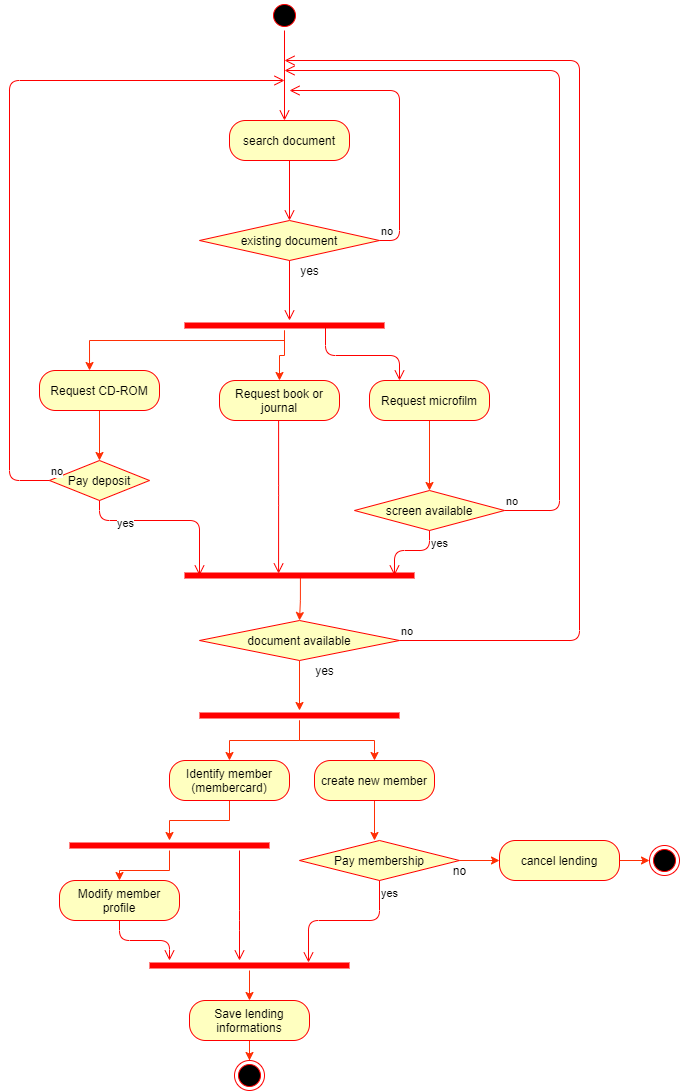
gyog88/AFPA2 keeps this draw.io diagram as Concepteur Developpeur Applications/UML/Diagramme d'activités - prêt d'un document - .png. Above is the earlier version. Source tidied: cells renumbered, new cells last; positions are measured from the earlier drawing's top-left corner, leaving out a move shared by most shapes.
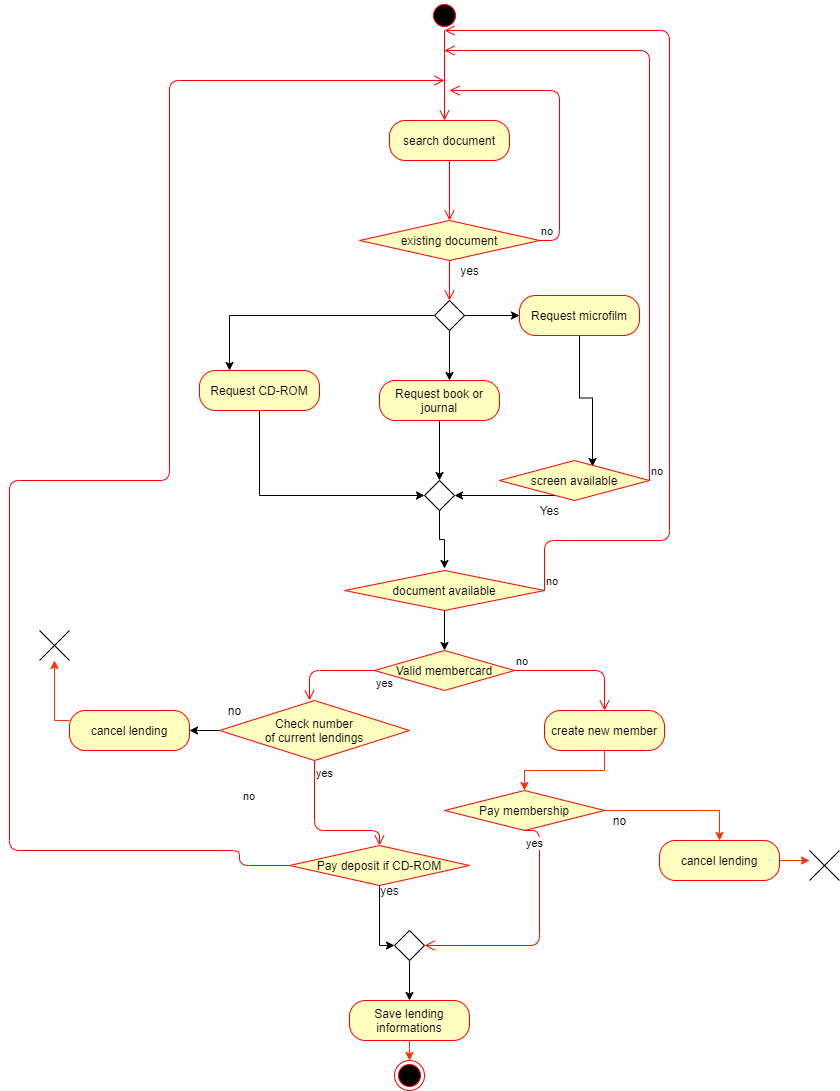
After the change.

What changed in the source:
```diff
@@ -35,8 +35,12 @@
       <mxGeometry x="-1" relative="1" as="geometry">
-        <mxPoint x="280" y="320" as="targetPoint" />
+        <mxPoint x="280" y="300" as="targetPoint" />
       </mxGeometry>
     </mxCell>
-    <mxCell id="9" style="edgeStyle=orthogonalEdgeStyle;rounded=0;jettySize=auto;html=1;strokeColor=#FF2F05;fontColor=#000000;" parent="1" edge="1" source="10" target="25">
-      <mxGeometry relative="1" as="geometry" />
-    </mxCell>
+    <mxCell id="56" style="edgeStyle=orthogonalEdgeStyle;rounded=0;jettySize=auto;html=1;entryX=0;entryY=0.5;entryDx=0;entryDy=0;" parent="1" edge="1" source="10" target="66">
+      <mxGeometry relative="1" as="geometry">
+        <Array as="points">
+          <mxPoint x="90" y="495" />
+        </Array>
+      </mxGeometry>
+    </mxCell>
     <mxCell id="10" value="Request CD-ROM" style="rounded=1;whiteSpace=wrap;html=1;arcSize=40;fontColor=#000000;fillColor=#ffffc0;strokeColor=#ff0000;" parent="1" vertex="1">
@@ -44,16 +48,7 @@
     </mxCell>
-    <mxCell id="11" style="edgeStyle=orthogonalEdgeStyle;rounded=0;jettySize=auto;html=1;strokeColor=#FF2F05;fontColor=#000000;entryX=0.417;entryY=0;entryDx=0;entryDy=0;entryPerimeter=0;" parent="1" edge="1" source="13" target="10">
-      <mxGeometry relative="1" as="geometry">
-        <Array as="points">
-          <mxPoint x="275" y="340" />
-          <mxPoint x="80" y="340" />
-        </Array>
-      </mxGeometry>
-    </mxCell>
-    <mxCell id="12" style="edgeStyle=orthogonalEdgeStyle;rounded=0;jettySize=auto;html=1;strokeColor=#FF2F05;fontColor=#000000;" parent="1" edge="1" source="13" target="14">
-      <mxGeometry relative="1" as="geometry" />
-    </mxCell>
-    <mxCell id="13" style="shape=line;html=1;strokeWidth=6;strokeColor=#ff0000;fontColor=#000000;" parent="1" vertex="1">
-      <mxGeometry x="175" y="320" width="200" height="10" as="geometry" />
-    </mxCell>
+    <mxCell id="57" style="edgeStyle=orthogonalEdgeStyle;rounded=0;jettySize=auto;html=1;" parent="1" edge="1" source="14">
+      <mxGeometry relative="1" as="geometry">
+        <mxPoint x="270" y="480" as="targetPoint" />
+      </mxGeometry>
+    </mxCell>
     <mxCell id="14" value="Request book or journal" style="rounded=1;whiteSpace=wrap;html=1;arcSize=40;fontColor=#000000;fillColor=#ffffc0;strokeColor=#ff0000;" parent="1" vertex="1">
@@ -61,10 +56,3 @@
     </mxCell>
-    <mxCell id="15" style="edgeStyle=orthogonalEdgeStyle;html=1;verticalAlign=bottom;endArrow=open;endSize=8;strokeColor=#ff0000;fontColor=#000000;entryX=0.409;entryY=0.3;entryDx=0;entryDy=0;entryPerimeter=0;" parent="1" edge="1" source="14" target="20">
-      <mxGeometry relative="1" as="geometry">
-        <Array as="points">
-          <mxPoint x="270" y="495" />
-        </Array>
-      </mxGeometry>
-    </mxCell>
-    <mxCell id="16" style="edgeStyle=orthogonalEdgeStyle;rounded=0;jettySize=auto;html=1;strokeColor=#FF2F05;fontColor=#000000;" parent="1" edge="1" source="17" target="28">
+    <mxCell id="16" style="edgeStyle=orthogonalEdgeStyle;rounded=0;jettySize=auto;html=1;entryX=0.62;entryY=0.15;entryDx=0;entryDy=0;entryPerimeter=0;" parent="1" edge="1" source="17" target="28">
       <mxGeometry relative="1" as="geometry" />
@@ -72,38 +60,25 @@
     <mxCell id="17" value="Request microfilm" style="rounded=1;whiteSpace=wrap;html=1;arcSize=40;fontColor=#000000;fillColor=#ffffc0;strokeColor=#ff0000;" parent="1" vertex="1">
-      <mxGeometry x="360" y="380" width="120" height="40" as="geometry" />
+      <mxGeometry x="350" y="295" width="120" height="40" as="geometry" />
     </mxCell>
-    <mxCell id="18" style="edgeStyle=orthogonalEdgeStyle;html=1;verticalAlign=bottom;endArrow=open;endSize=8;strokeColor=#ff0000;fontColor=#000000;entryX=0.25;entryY=0;entryDx=0;entryDy=0;exitX=0.705;exitY=0.5;exitDx=0;exitDy=0;exitPerimeter=0;" parent="1" edge="1" source="13" target="17">
-      <mxGeometry relative="1" as="geometry" />
-    </mxCell>
-    <mxCell id="19" style="edgeStyle=orthogonalEdgeStyle;rounded=0;jettySize=auto;html=1;entryX=0.5;entryY=0;entryDx=0;entryDy=0;strokeColor=#FF2F05;fontColor=#000000;exitX=0.504;exitY=0.4;exitDx=0;exitDy=0;exitPerimeter=0;" parent="1" edge="1" source="20" target="32">
-      <mxGeometry relative="1" as="geometry">
-        <Array as="points">
-          <mxPoint x="291" y="600" />
-        </Array>
-      </mxGeometry>
-    </mxCell>
-    <mxCell id="20" style="shape=line;html=1;strokeWidth=6;strokeColor=#ff0000;fontColor=#000000;" parent="1" vertex="1">
-      <mxGeometry x="175" y="570" width="230" height="10" as="geometry" />
-    </mxCell>
-    <mxCell id="21" style="edgeStyle=orthogonalEdgeStyle;rounded=0;jettySize=auto;html=1;strokeColor=#FF2F05;fontColor=#000000;" parent="1" edge="1" source="22" target="41">
-      <mxGeometry relative="1" as="geometry" />
-    </mxCell>
-    <mxCell id="22" value="Identify member (membercard)" style="rounded=1;whiteSpace=wrap;html=1;arcSize=40;fontColor=#000000;fillColor=#ffffc0;strokeColor=#ff0000;" parent="1" vertex="1">
-      <mxGeometry x="160" y="760" width="120" height="40" as="geometry" />
-    </mxCell>
-    <mxCell id="23" style="edgeStyle=orthogonalEdgeStyle;rounded=0;jettySize=auto;html=1;strokeColor=#FF2F05;fontColor=#000000;" parent="1" edge="1" source="24">
-      <mxGeometry relative="1" as="geometry">
-        <mxPoint x="365" y="840" as="targetPoint" />
-      </mxGeometry>
-    </mxCell>
     <mxCell id="24" value="create new member" style="rounded=1;whiteSpace=wrap;html=1;arcSize=40;fontColor=#000000;fillColor=#ffffc0;strokeColor=#ff0000;" parent="1" vertex="1">
-      <mxGeometry x="305" y="760" width="120" height="40" as="geometry" />
+      <mxGeometry x="375" y="710" width="120" height="40" as="geometry" />
     </mxCell>
+    <mxCell id="58" style="edgeStyle=orthogonalEdgeStyle;rounded=0;jettySize=auto;html=1;entryX=0;entryY=0.5;entryDx=0;entryDy=0;" parent="1" edge="1" source="25" target="78">
+      <mxGeometry relative="1" as="geometry">
+        <Array as="points">
+          <mxPoint x="210" y="945" />
+        </Array>
+      </mxGeometry>
+    </mxCell>
-    <mxCell id="25" value="Pay deposit" style="rhombus;whiteSpace=wrap;html=1;fillColor=#ffffc0;strokeColor=#ff0000;fontColor=#000000;" parent="1" vertex="1">
-      <mxGeometry x="40" y="460" width="100" height="40" as="geometry" />
+    <mxCell id="25" value="Pay deposit if CD-ROM" style="rhombus;whiteSpace=wrap;html=1;fillColor=#ffffc0;strokeColor=#ff0000;fontColor=#000000;" parent="1" vertex="1">
+      <mxGeometry x="120" y="845" width="180" height="40" as="geometry" />
     </mxCell>
-    <mxCell id="26" value="no" style="edgeStyle=orthogonalEdgeStyle;html=1;align=left;verticalAlign=bottom;endArrow=open;endSize=8;strokeColor=#ff0000;fontColor=#000000;" parent="1" edge="1" source="25">
-      <mxGeometry x="-1" relative="1" as="geometry">
+    <mxCell id="26" value="no" style="edgeStyle=orthogonalEdgeStyle;html=1;align=left;verticalAlign=bottom;endArrow=open;endSize=8;strokeColor=#ff0000;fontColor=#000000;exitX=0;exitY=0.5;exitDx=0;exitDy=0;" parent="1" edge="1" source="25">
+      <mxGeometry x="-0.94" y="-60" relative="1" as="geometry">
         <mxPoint x="275" y="80" as="targetPoint" />
         <Array as="points">
+          <mxPoint x="70" y="865" />
+          <mxPoint x="70" y="850" />
+          <mxPoint x="-160" y="850" />
+          <mxPoint x="-160" y="480" />
           <mxPoint y="480" />
@@ -113,13 +88,11 @@
     </mxCell>
-    <mxCell id="27" value="yes" style="edgeStyle=orthogonalEdgeStyle;html=1;align=left;verticalAlign=top;endArrow=open;endSize=8;strokeColor=#ff0000;fontColor=#000000;" parent="1" edge="1" source="25">
-      <mxGeometry x="-0.59" y="10" relative="1" as="geometry">
-        <mxPoint x="190" y="575" as="targetPoint" />
-        <Array as="points">
-          <mxPoint x="90" y="520" />
-          <mxPoint x="190" y="520" />
-        </Array>
-      </mxGeometry>
-    </mxCell>
+    <mxCell id="59" style="edgeStyle=orthogonalEdgeStyle;rounded=0;jettySize=auto;html=1;entryX=1;entryY=0.5;entryDx=0;entryDy=0;" parent="1" edge="1" source="28" target="66">
+      <mxGeometry relative="1" as="geometry">
+        <Array as="points">
+          <mxPoint x="410" y="495" />
+        </Array>
+      </mxGeometry>
+    </mxCell>
     <mxCell id="28" value="screen available" style="rhombus;whiteSpace=wrap;html=1;fillColor=#ffffc0;strokeColor=#ff0000;fontColor=#000000;" parent="1" vertex="1">
-      <mxGeometry x="345" y="490" width="150" height="40" as="geometry" />
+      <mxGeometry x="330" y="460" width="150" height="40" as="geometry" />
     </mxCell>
@@ -127,6 +100,5 @@
       <mxGeometry x="-1" relative="1" as="geometry">
-        <mxPoint x="275" y="70" as="targetPoint" />
+        <mxPoint x="275" y="50" as="targetPoint" />
         <Array as="points">
-          <mxPoint x="550" y="510" />
-          <mxPoint x="550" y="70" />
+          <mxPoint x="480" y="50" />
         </Array>
@@ -134,10 +106,9 @@
     </mxCell>
-    <mxCell id="30" value="yes" style="edgeStyle=orthogonalEdgeStyle;html=1;align=left;verticalAlign=top;endArrow=open;endSize=8;strokeColor=#ff0000;fontColor=#000000;entryX=0.913;entryY=0.5;entryDx=0;entryDy=0;entryPerimeter=0;" parent="1" edge="1" source="28" target="20">
-      <mxGeometry x="-1" relative="1" as="geometry" />
-    </mxCell>
-    <mxCell id="31" style="edgeStyle=orthogonalEdgeStyle;rounded=0;jettySize=auto;html=1;strokeColor=#FF2F05;fontColor=#000000;" parent="1" edge="1" source="32" target="37">
-      <mxGeometry relative="1" as="geometry" />
-    </mxCell>
+    <mxCell id="60" style="edgeStyle=orthogonalEdgeStyle;rounded=0;jettySize=auto;html=1;entryX=0.5;entryY=0;entryDx=0;entryDy=0;" parent="1" edge="1" source="32">
+      <mxGeometry relative="1" as="geometry">
+        <mxPoint x="275" y="650" as="targetPoint" />
+      </mxGeometry>
+    </mxCell>
     <mxCell id="32" value="document available" style="rhombus;whiteSpace=wrap;html=1;fillColor=#ffffc0;strokeColor=#ff0000;fontColor=#000000;" parent="1" vertex="1">
-      <mxGeometry x="190" y="620" width="200" height="40" as="geometry" />
+      <mxGeometry x="175" y="570" width="200" height="40" as="geometry" />
     </mxCell>
@@ -145,6 +116,8 @@
       <mxGeometry x="-1" relative="1" as="geometry">
-        <mxPoint x="275" y="60" as="targetPoint" />
+        <mxPoint x="275" y="30" as="targetPoint" />
         <Array as="points">
-          <mxPoint x="570" y="640" />
-          <mxPoint x="570" y="60" />
+          <mxPoint x="375" y="540" />
+          <mxPoint x="500" y="540" />
+          <mxPoint x="500" y="30" />
+          <mxPoint x="275" y="30" />
         </Array>
@@ -152,44 +125,2 @@
     </mxCell>
-    <mxCell id="34" value="yes" style="text;html=1;align=center;verticalAlign=middle;fontColor=#000000;" parent="1" vertex="1">
-      <mxGeometry x="300" y="660" width="30" height="20" as="geometry" />
-    </mxCell>
-    <mxCell id="35" style="edgeStyle=orthogonalEdgeStyle;rounded=0;jettySize=auto;html=1;strokeColor=#FF2F05;fontColor=#000000;" parent="1" edge="1" source="37" target="24">
-      <mxGeometry relative="1" as="geometry" />
-    </mxCell>
-    <mxCell id="36" style="edgeStyle=orthogonalEdgeStyle;rounded=0;jettySize=auto;html=1;strokeColor=#FF2F05;fontColor=#000000;" parent="1" edge="1" source="37">
-      <mxGeometry relative="1" as="geometry">
-        <mxPoint x="220" y="760" as="targetPoint" />
-      </mxGeometry>
-    </mxCell>
-    <mxCell id="37" style="shape=line;html=1;strokeWidth=6;strokeColor=#ff0000;fontColor=#000000;" parent="1" vertex="1">
-      <mxGeometry x="190" y="710" width="200" height="10" as="geometry" />
-    </mxCell>
-    <mxCell id="38" value="Modify member profile" style="rounded=1;whiteSpace=wrap;html=1;arcSize=40;fontColor=#000000;fillColor=#ffffc0;strokeColor=#ff0000;" parent="1" vertex="1">
-      <mxGeometry x="50" y="880" width="120" height="40" as="geometry" />
-    </mxCell>
-    <mxCell id="39" style="edgeStyle=orthogonalEdgeStyle;html=1;verticalAlign=bottom;endArrow=open;endSize=8;strokeColor=#ff0000;fontColor=#000000;" parent="1" edge="1" source="38">
-      <mxGeometry relative="1" as="geometry">
-        <mxPoint x="160" y="960" as="targetPoint" />
-      </mxGeometry>
-    </mxCell>
-    <mxCell id="40" style="edgeStyle=orthogonalEdgeStyle;rounded=0;jettySize=auto;html=1;strokeColor=#FF2F05;fontColor=#000000;" parent="1" edge="1" source="41" target="38">
-      <mxGeometry relative="1" as="geometry" />
-    </mxCell>
-    <mxCell id="41" style="shape=line;html=1;strokeWidth=6;strokeColor=#ff0000;fontColor=#000000;" parent="1" vertex="1">
-      <mxGeometry x="60" y="840" width="200" height="10" as="geometry" />
-    </mxCell>
-    <mxCell id="42" style="edgeStyle=orthogonalEdgeStyle;html=1;verticalAlign=bottom;endArrow=open;endSize=8;strokeColor=#ff0000;fontColor=#000000;" parent="1" edge="1" source="41">
-      <mxGeometry relative="1" as="geometry">
-        <mxPoint x="230" y="960" as="targetPoint" />
-        <Array as="points">
-          <mxPoint x="230" y="920" />
-        </Array>
-      </mxGeometry>
-    </mxCell>
-    <mxCell id="43" style="edgeStyle=orthogonalEdgeStyle;rounded=0;jettySize=auto;html=1;strokeColor=#FF2F05;fontColor=#000000;" parent="1" edge="1" source="44" target="46">
-      <mxGeometry relative="1" as="geometry" />
-    </mxCell>
-    <mxCell id="44" style="shape=line;html=1;strokeWidth=6;strokeColor=#ff0000;fontColor=#000000;" parent="1" vertex="1">
-      <mxGeometry x="140" y="960" width="200" height="10" as="geometry" />
-    </mxCell>
     <mxCell id="45" style="edgeStyle=orthogonalEdgeStyle;rounded=0;jettySize=auto;html=1;strokeColor=#FF2F05;fontColor=#000000;" parent="1" edge="1" source="46" target="55">
@@ -203,13 +134,14 @@
     </mxCell>
-    <mxCell id="48" value="Pay membership" style="rhombus;whiteSpace=wrap;html=1;fillColor=#ffffc0;strokeColor=#ff0000;fontColor=#000000;" parent="1" vertex="1">
-      <mxGeometry x="290" y="840" width="160" height="40" as="geometry" />
-    </mxCell>
-    <mxCell id="49" value="yes" style="edgeStyle=orthogonalEdgeStyle;html=1;align=left;verticalAlign=top;endArrow=open;endSize=8;strokeColor=#ff0000;fontColor=#000000;entryX=0.795;entryY=0.2;entryDx=0;entryDy=0;entryPerimeter=0;" parent="1" edge="1" source="48" target="44">
-      <mxGeometry x="-1" relative="1" as="geometry" />
+    <mxCell id="49" value="yes" style="edgeStyle=orthogonalEdgeStyle;html=1;align=left;verticalAlign=top;endArrow=open;endSize=8;strokeColor=#ff0000;fontColor=#000000;entryX=1;entryY=0.5;entryDx=0;entryDy=0;exitX=0.5;exitY=1;exitDx=0;exitDy=0;" parent="1" edge="1" source="48" target="78">
+      <mxGeometry x="-1" relative="1" as="geometry">
+        <Array as="points">
+          <mxPoint x="370" y="830" />
+          <mxPoint x="370" y="945" />
+        </Array>
+      </mxGeometry>
     </mxCell>
-    <mxCell id="50" style="ellipse;html=1;shape=endState;fillColor=#000000;strokeColor=#ff0000;fontColor=#000000;" parent="1" vertex="1">
-      <mxGeometry x="640" y="845" width="30" height="30" as="geometry" />
-    </mxCell>
-    <mxCell id="51" style="edgeStyle=orthogonalEdgeStyle;rounded=0;jettySize=auto;html=1;strokeColor=#FF2F05;fontColor=#000000;" parent="1" edge="1" source="52" target="50">
-      <mxGeometry relative="1" as="geometry" />
+    <mxCell id="51" style="edgeStyle=orthogonalEdgeStyle;rounded=0;jettySize=auto;html=1;strokeColor=#FF2F05;fontColor=#000000;" parent="1" edge="1" source="52">
+      <mxGeometry relative="1" as="geometry">
+        <mxPoint x="640" y="860" as="targetPoint" />
+      </mxGeometry>
     </mxCell>
@@ -219,3 +151,3 @@
     <mxCell id="53" value="no" style="text;html=1;align=center;verticalAlign=middle;fontColor=#000000;" parent="1" vertex="1">
-      <mxGeometry x="435" y="860" width="30" height="20" as="geometry" />
+      <mxGeometry x="435" y="810" width="30" height="20" as="geometry" />
     </mxCell>
@@ -227,2 +159,84 @@
     </mxCell>
+    <mxCell id="61" style="edgeStyle=orthogonalEdgeStyle;rounded=0;jettySize=auto;html=1;entryX=0.583;entryY=0;entryDx=0;entryDy=0;entryPerimeter=0;" parent="1" edge="1" source="64" target="14">
+      <mxGeometry relative="1" as="geometry" />
+    </mxCell>
+    <mxCell id="62" style="edgeStyle=orthogonalEdgeStyle;rounded=0;jettySize=auto;html=1;entryX=0.25;entryY=0;entryDx=0;entryDy=0;" parent="1" edge="1" source="64" target="10">
+      <mxGeometry relative="1" as="geometry" />
+    </mxCell>
+    <mxCell id="63" style="edgeStyle=orthogonalEdgeStyle;rounded=0;jettySize=auto;html=1;" parent="1" edge="1" source="64" target="17">
+      <mxGeometry relative="1" as="geometry" />
+    </mxCell>
+    <mxCell id="64" style="rhombus;" parent="1" vertex="1">
+      <mxGeometry x="265" y="300" width="30" height="30" as="geometry" />
+    </mxCell>
+    <mxCell id="65" style="edgeStyle=orthogonalEdgeStyle;rounded=0;jettySize=auto;html=1;" parent="1" edge="1" source="66">
+      <mxGeometry relative="1" as="geometry">
+        <mxPoint x="275" y="568" as="targetPoint" />
+      </mxGeometry>
+    </mxCell>
+    <mxCell id="66" style="rhombus;" parent="1" vertex="1">
+      <mxGeometry x="255" y="480" width="30" height="30" as="geometry" />
+    </mxCell>
+    <mxCell id="67" value="Yes" style="text;html=1;align=center;verticalAlign=middle;" parent="1" vertex="1">
+      <mxGeometry x="360" y="500" width="40" height="20" as="geometry" />
+    </mxCell>
+    <mxCell id="68" style="edgeStyle=orthogonalEdgeStyle;rounded=0;jettySize=auto;html=1;" parent="1" edge="1" source="69" target="76">
+      <mxGeometry relative="1" as="geometry" />
+    </mxCell>
+    <mxCell id="69" value="Check number&lt;br&gt;of current lendings" style="rhombus;whiteSpace=wrap;html=1;fillColor=#ffffc0;strokeColor=#ff0000;" parent="1" vertex="1">
+      <mxGeometry x="50" y="700" width="190" height="60" as="geometry" />
+    </mxCell>
+    <mxCell id="70" value="yes" style="edgeStyle=orthogonalEdgeStyle;html=1;align=left;verticalAlign=top;endArrow=open;endSize=8;strokeColor=#ff0000;entryX=0.5;entryY=0;entryDx=0;entryDy=0;" parent="1" edge="1" source="69" target="25">
+      <mxGeometry x="-1" relative="1" as="geometry">
+        <Array as="points">
+          <mxPoint x="145" y="830" />
+        </Array>
+      </mxGeometry>
+    </mxCell>
+    <mxCell id="71" value="Valid membercard" style="rhombus;whiteSpace=wrap;html=1;fillColor=#ffffc0;strokeColor=#ff0000;" parent="1" vertex="1">
+      <mxGeometry x="205" y="650" width="140" height="40" as="geometry" />
+    </mxCell>
+    <mxCell id="72" value="no" style="edgeStyle=orthogonalEdgeStyle;html=1;align=left;verticalAlign=bottom;endArrow=open;endSize=8;strokeColor=#ff0000;entryX=0.5;entryY=0;entryDx=0;entryDy=0;" parent="1" edge="1" source="71" target="24">
+      <mxGeometry x="-1" relative="1" as="geometry" />
+    </mxCell>
+    <mxCell id="73" value="yes" style="edgeStyle=orthogonalEdgeStyle;html=1;align=left;verticalAlign=top;endArrow=open;endSize=8;strokeColor=#ff0000;" parent="1" edge="1" source="71">
+      <mxGeometry x="-1" relative="1" as="geometry">
+        <mxPoint x="140" y="700" as="targetPoint" />
+      </mxGeometry>
+    </mxCell>
+    <mxCell id="74" value="no" style="text;html=1;align=center;verticalAlign=middle;" parent="1" vertex="1">
+      <mxGeometry x="50" y="700" width="30" height="20" as="geometry" />
+    </mxCell>
+    <mxCell id="75" style="edgeStyle=orthogonalEdgeStyle;rounded=0;jettySize=auto;html=1;strokeColor=#FF2F05;fontColor=#000000;" parent="1" edge="1" source="76">
+      <mxGeometry relative="1" as="geometry">
+        <mxPoint x="-115" y="660" as="targetPoint" />
+        <Array as="points">
+          <mxPoint x="-115" y="720" />
+        </Array>
+      </mxGeometry>
+    </mxCell>
+    <mxCell id="76" value="cancel lending" style="rounded=1;whiteSpace=wrap;html=1;arcSize=40;fontColor=#000000;fillColor=#ffffc0;strokeColor=#ff0000;" parent="1" vertex="1">
+      <mxGeometry x="-100" y="710" width="120" height="40" as="geometry" />
+    </mxCell>
+    <mxCell id="77" style="edgeStyle=orthogonalEdgeStyle;rounded=0;jettySize=auto;html=1;" parent="1" edge="1" source="78" target="46">
+      <mxGeometry relative="1" as="geometry" />
+    </mxCell>
+    <mxCell id="78" style="rhombus;" parent="1" vertex="1">
+      <mxGeometry x="225" y="930" width="30" height="30" as="geometry" />
+    </mxCell>
+    <mxCell id="79" value="yes" style="text;html=1;align=center;verticalAlign=middle;" parent="1" vertex="1">
+      <mxGeometry x="205" y="880" width="30" height="20" as="geometry" />
+    </mxCell>
+    <mxCell id="48" value="Pay membership" style="rhombus;whiteSpace=wrap;html=1;fillColor=#ffffc0;strokeColor=#ff0000;fontColor=#000000;" parent="1" vertex="1">
+      <mxGeometry x="275" y="790" width="160" height="40" as="geometry" />
+    </mxCell>
+    <mxCell id="80" style="edgeStyle=orthogonalEdgeStyle;rounded=0;jettySize=auto;html=1;strokeColor=#FF2F05;fontColor=#000000;" parent="1" edge="1" source="24" target="48">
+      <mxGeometry relative="1" as="geometry" />
+    </mxCell>
+    <mxCell id="81" style="shape=umlDestroy;" parent="1" vertex="1">
+      <mxGeometry x="-130" y="630" width="30" height="30" as="geometry" />
+    </mxCell>
+    <mxCell id="82" style="shape=umlDestroy;" parent="1" vertex="1">
+      <mxGeometry x="640" y="850" width="30" height="30" as="geometry" />
+    </mxCell>
   </root>
```
